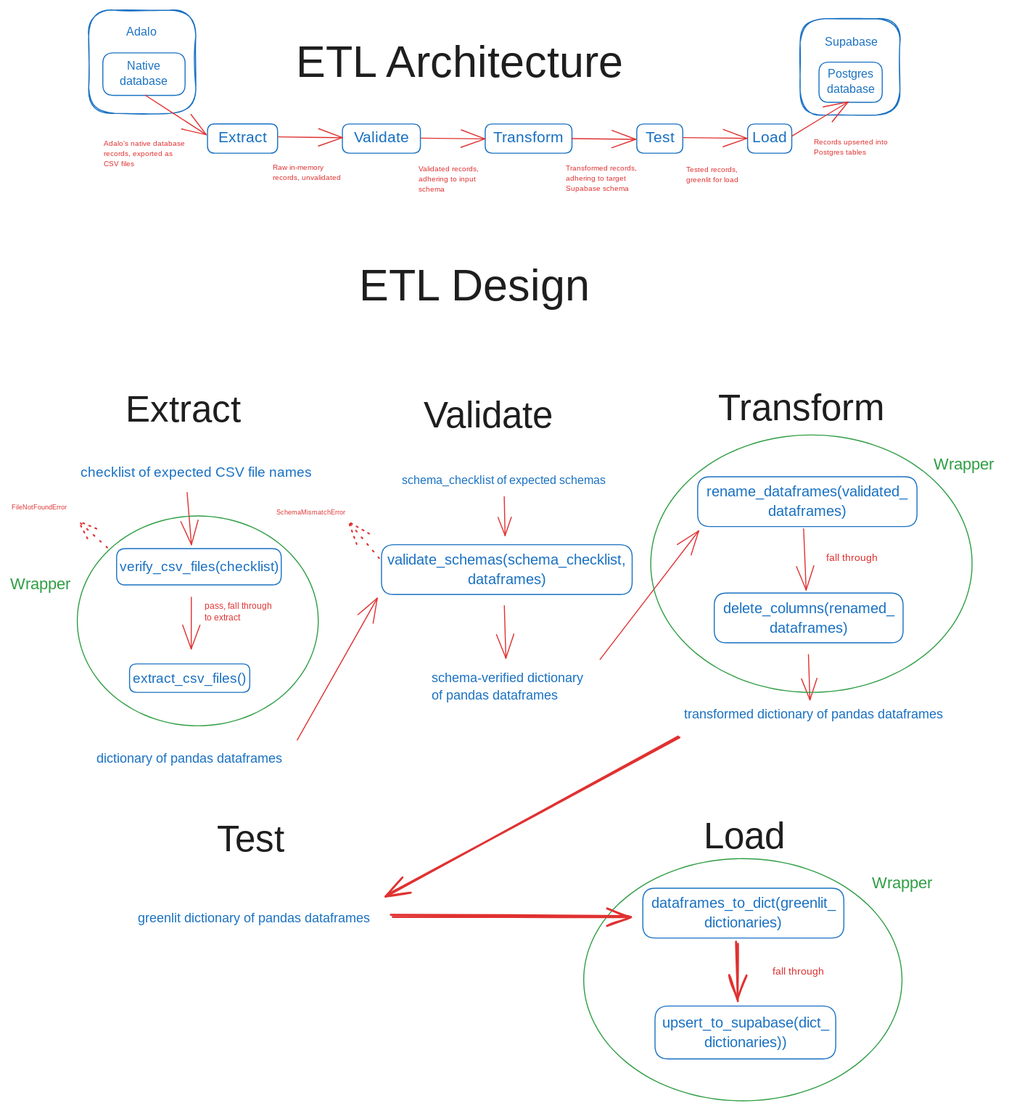
Above: arch.excalidraw.svg in jperezopt/everloop-etl (Excalidraw), before the change. Source tidied: one line per element, renumbered; positions are measured from the earlier drawing's top-left corner, leaving out a move shared by most shapes.
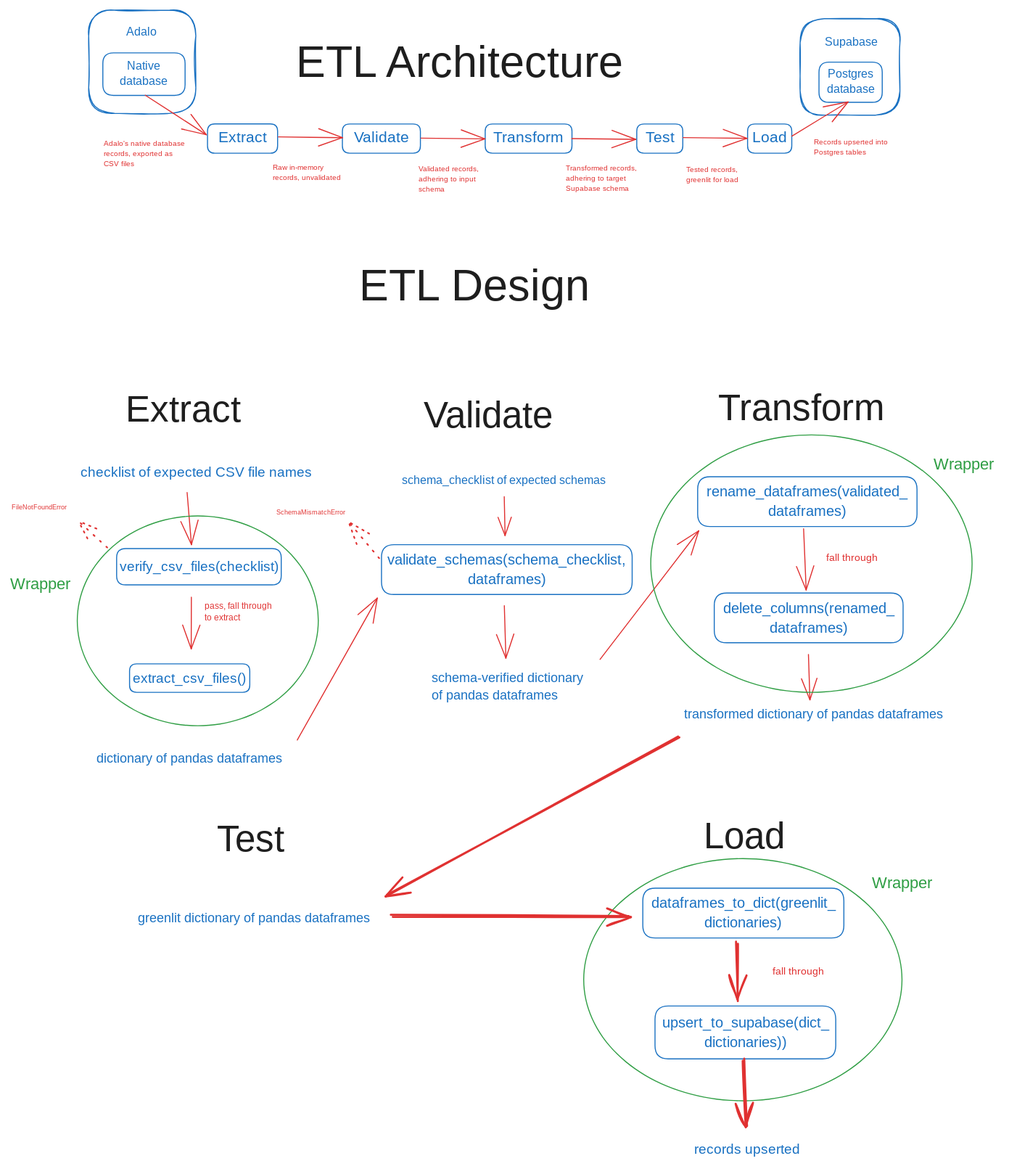
After the commit.

The edit, as a diff of the source:
```diff
@@ -50,6 +50,7 @@
 {"id": 49, "type": "text", "text": "schema-verified dictionary\nof pandas dataframes", "strokeColor": "#1971c2", "strokeWidth": 1, "roughness": 0, "fontSize": 12.88, "fontFamily": 6, "x": 415, "y": 648, "width": 154, "height": 35}
 {"id": 50, "type": "text", "text": "transformed dictionary of pandas dataframes", "strokeColor": "#1971c2", "strokeWidth": 1, "roughness": 0, "fontSize": 12.88, "fontFamily": 6, "x": 663, "y": 684, "width": 262, "height": 17}
 {"id": 51, "type": "text", "text": "greenlit dictionary of pandas dataframes", "strokeColor": "#1971c2", "strokeWidth": 1, "roughness": 0, "fontSize": 12.88, "fontFamily": 6, "x": 125, "y": 885, "width": 236, "height": 17}
+{"id": 81, "type": "text", "text": "records upserted", "strokeColor": "#1971c2", "strokeWidth": 1, "roughness": 0, "fontSize": 13.76, "fontFamily": 6, "x": 673, "y": 1112, "width": 105, "height": 19}
 {"id": 52, "type": "text", "text": "pass, fall through \nto extract", "strokeColor": "#e03131", "strokeWidth": 1, "roughness": 0, "fontSize": 8.37, "fontFamily": 6, "x": 192, "y": 581, "width": 68, "height": 23}
 {"id": 53, "type": "text", "text": "schema_checklist of expected schemas", "strokeColor": "#1971c2", "strokeWidth": 1, "roughness": 0, "fontSize": 11.59, "fontFamily": 6, "x": 385, "y": 455, "width": 204, "height": 16}
 {"id": 54, "type": "rectangle", "strokeColor": "#1971c2", "strokeWidth": 1, "roughness": 0, "round": true, "x": 366, "y": 526, "width": 247, "height": 49}
@@ -79,3 +80,4 @@
 {"id": 78, "type": "arrow", "strokeColor": "#e03131", "strokeWidth": 2, "roughness": 1, "endArrowhead": "arrow", "round": true, "from": 50, "to": 51, "x": 658, "y": 715, "width": 287, "height": 156, "points": [[0, 0], [-287, 156]]}
 {"id": 79, "type": "arrow", "strokeColor": "#e03131", "strokeWidth": 2, "roughness": 1, "endArrowhead": "arrow", "round": true, "from": 51, "to": 58, "x": 375, "y": 891, "width": 234, "height": 1, "points": [[0, 0], [234, 1]]}
 {"id": 80, "type": "arrow", "strokeColor": "#e03131", "strokeWidth": 2, "roughness": 1, "endArrowhead": "arrow", "round": true, "from": 58, "to": 60, "x": 715, "y": 918, "width": 0, "height": 57, "points": [[0, 0], [0, 57]]}
+{"id": 82, "type": "arrow", "strokeColor": "#e03131", "strokeWidth": 2, "roughness": 1, "endArrowhead": "arrow", "round": true, "from": 60, "to": 81, "x": 723, "y": 1033, "width": 3, "height": 66, "points": [[0, 0], [3, 66]]}
```
